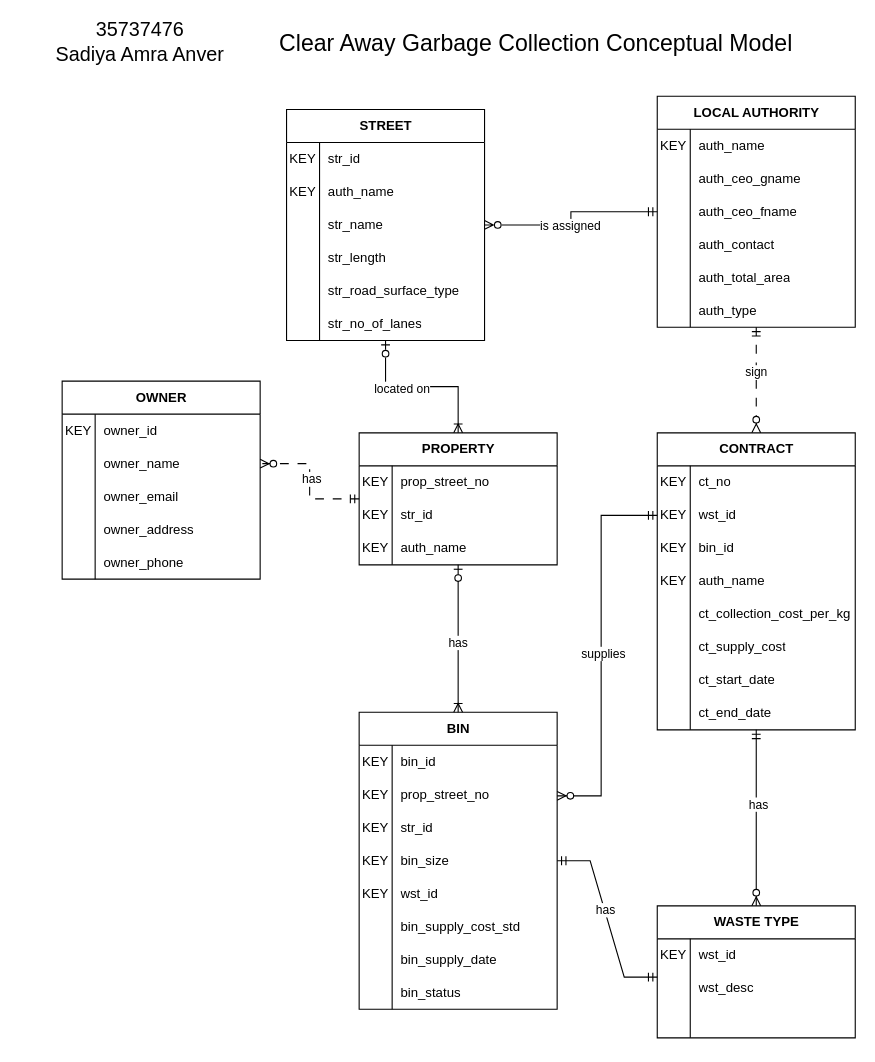
Before: page "Non-key attributes" (3 of 3) of Assignments/Ass1/ca_conceptual.drawio in aanv0002/bigrig-movers-sql-database, a draw.io diagram. Source tidied: cells renumbered, new cells numbered last; positions are measured from the earlier drawing's top-left corner, leaving out a move shared by most shapes. Both pictures are drawn from the tidied source at 110%, with x=0, y=0 at pixel (19, 25).
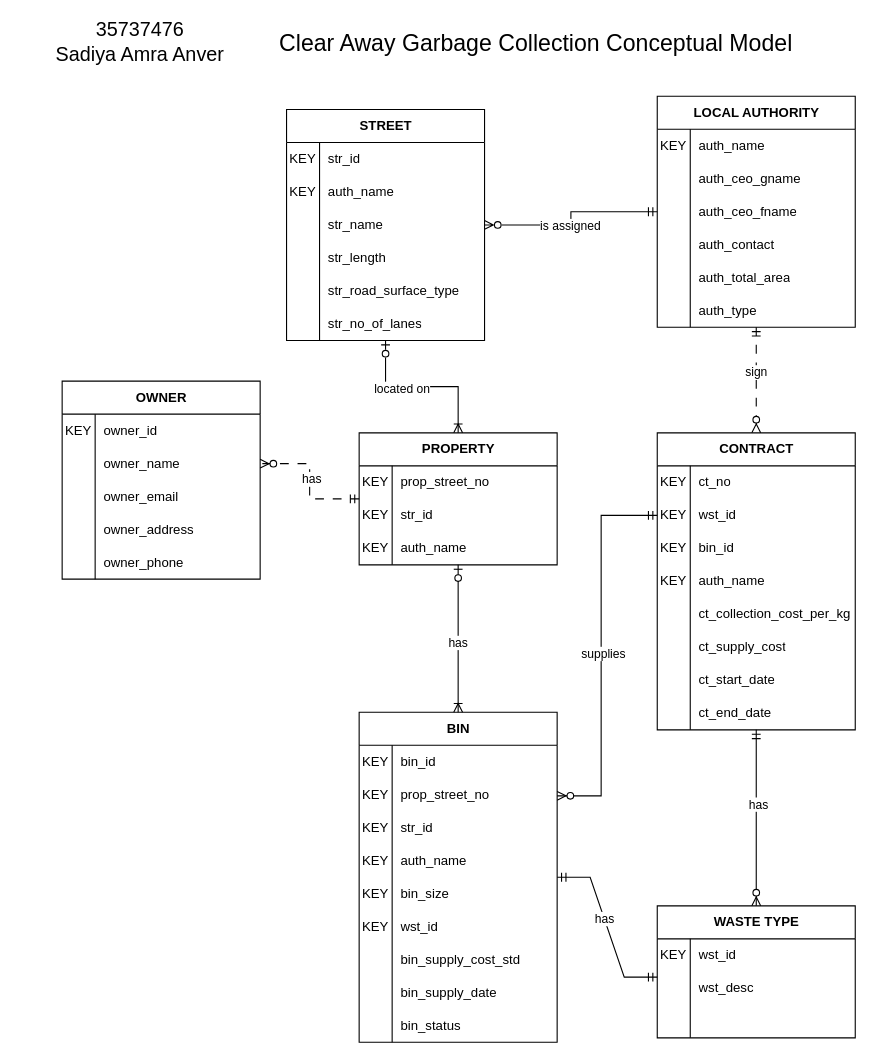
After the change.

Commit message (it also covers changes not shown here):
added auth_name to bin because auth_name is part of the unique identifiers/ primary keys  of property

The change refers to these unchanged cells:
```xml
<mxCell id="76" style="shape=tableRow;horizontal=0;startSize=0;swimlaneHead=0;swimlaneBody=0;fillColor=none;top=0;left=0;right=0;bottom=0;" parent="66" vertex="1">
  <mxGeometry y="120" width="180" height="30" as="geometry" />
</mxCell>
<mxCell id="79" style="shape=tableRow;horizontal=0;startSize=0;swimlaneHead=0;swimlaneBody=0;fillColor=none;top=0;left=0;right=0;bottom=0;" parent="66" vertex="1">
  <mxGeometry y="150" width="180" height="30" as="geometry" />
</mxCell>
```

Change to the diagram source:
```diff
@@
     <mxCell id="66" value="BIN" style="shape=table;startSize=30;childLayout=tableLayout;rowLines=0;fontStyle=1;align=center;html=1;" parent="1" vertex="1">
-      <mxGeometry x="309" y="624" width="180" height="270" as="geometry" />
+      <mxGeometry x="309" y="624" width="180" height="300" as="geometry" />
     </mxCell>
@@
-    <mxCell id="78" value="bin_size" style="shape=partialRectangle;fillColor=none;top=0;left=0;bottom=0;right=0;align=left;spacingLeft=6;overflow=hidden;whiteSpace=wrap;html=1;" parent="76" vertex="1">
+    <mxCell id="78" value="auth_name" style="shape=partialRectangle;fillColor=none;top=0;left=0;bottom=0;right=0;align=left;spacingLeft=6;overflow=hidden;whiteSpace=wrap;html=1;" parent="76" vertex="1">
       <mxGeometry x="30" width="150" height="30" as="geometry" />
     </mxCell>
@@
-    <mxCell id="80" value="KEY" style="shape=partialRectangle;fillColor=none;top=0;left=0;bottom=0;right=0;overflow=hidden;whiteSpace=wrap;html=1;" parent="79" vertex="1">
-      <mxGeometry width="30" height="30" as="geometry" />
-    </mxCell>
+    <mxCell id="144" value="KEY" style="shape=partialRectangle;fillColor=none;top=0;left=0;bottom=0;right=0;overflow=hidden;whiteSpace=wrap;html=1;" parent="79" vertex="1">
+      <mxGeometry width="30" height="30" as="geometry" />
+    </mxCell>
+    <mxCell id="145" value="bin_size" style="shape=partialRectangle;fillColor=none;top=0;left=0;bottom=0;right=0;align=left;spacingLeft=6;overflow=hidden;whiteSpace=wrap;html=1;" parent="79" vertex="1">
+      <mxGeometry x="30" width="150" height="30" as="geometry" />
+    </mxCell>
+    <mxCell id="82" style="shape=tableRow;horizontal=0;startSize=0;swimlaneHead=0;swimlaneBody=0;fillColor=none;top=0;left=0;right=0;bottom=0;" parent="66" vertex="1">
+      <mxGeometry y="180" width="180" height="30" as="geometry" />
+    </mxCell>
+    <mxCell id="146" value="KEY" style="shape=partialRectangle;fillColor=none;top=0;left=0;bottom=0;right=0;overflow=hidden;whiteSpace=wrap;html=1;" parent="82" vertex="1">
+      <mxGeometry width="30" height="30" as="geometry" />
+    </mxCell>
-    <mxCell id="81" value="wst_id" style="shape=partialRectangle;fillColor=none;top=0;left=0;bottom=0;right=0;align=left;spacingLeft=6;overflow=hidden;whiteSpace=wrap;html=1;" parent="79" vertex="1">
+    <mxCell id="81" value="wst_id" style="shape=partialRectangle;fillColor=none;top=0;left=0;bottom=0;right=0;align=left;spacingLeft=6;overflow=hidden;whiteSpace=wrap;html=1;" parent="82" vertex="1">
       <mxGeometry x="30" width="150" height="30" as="geometry" />
     </mxCell>
-    <mxCell id="82" style="shape=tableRow;horizontal=0;startSize=0;swimlaneHead=0;swimlaneBody=0;fillColor=none;top=0;left=0;right=0;bottom=0;" parent="66" vertex="1">
-      <mxGeometry y="180" width="180" height="30" as="geometry" />
-    </mxCell>
-    <mxCell id="83" style="shape=partialRectangle;fillColor=none;top=0;left=0;bottom=0;right=0;overflow=hidden;whiteSpace=wrap;html=1;" parent="82" vertex="1">
-      <mxGeometry width="30" height="30" as="geometry" />
-    </mxCell>
+    <mxCell id="85" style="shape=tableRow;horizontal=0;startSize=0;swimlaneHead=0;swimlaneBody=0;fillColor=none;top=0;left=0;right=0;bottom=0;" parent="66" vertex="1">
+      <mxGeometry y="210" width="180" height="30" as="geometry" />
+    </mxCell>
+    <mxCell id="147" style="shape=partialRectangle;fillColor=none;top=0;left=0;bottom=0;right=0;overflow=hidden;whiteSpace=wrap;html=1;" parent="85" vertex="1">
+      <mxGeometry width="30" height="30" as="geometry" />
+    </mxCell>
-    <mxCell id="84" value="bin_supply_cost_std" style="shape=partialRectangle;fillColor=none;top=0;left=0;bottom=0;right=0;align=left;spacingLeft=6;overflow=hidden;whiteSpace=wrap;html=1;" parent="82" vertex="1">
+    <mxCell id="84" value="bin_supply_cost_std" style="shape=partialRectangle;fillColor=none;top=0;left=0;bottom=0;right=0;align=left;spacingLeft=6;overflow=hidden;whiteSpace=wrap;html=1;" parent="85" vertex="1">
       <mxGeometry x="30" width="150" height="30" as="geometry" />
     </mxCell>
-    <mxCell id="85" style="shape=tableRow;horizontal=0;startSize=0;swimlaneHead=0;swimlaneBody=0;fillColor=none;top=0;left=0;right=0;bottom=0;" parent="66" vertex="1">
-      <mxGeometry y="210" width="180" height="30" as="geometry" />
-    </mxCell>
-    <mxCell id="86" style="shape=partialRectangle;fillColor=none;top=0;left=0;bottom=0;right=0;overflow=hidden;whiteSpace=wrap;html=1;" parent="85" vertex="1">
-      <mxGeometry width="30" height="30" as="geometry" />
-    </mxCell>
+    <mxCell id="88" style="shape=tableRow;horizontal=0;startSize=0;swimlaneHead=0;swimlaneBody=0;fillColor=none;top=0;left=0;right=0;bottom=0;" parent="66" vertex="1">
+      <mxGeometry y="240" width="180" height="30" as="geometry" />
+    </mxCell>
+    <mxCell id="148" style="shape=partialRectangle;fillColor=none;top=0;left=0;bottom=0;right=0;overflow=hidden;whiteSpace=wrap;html=1;" parent="88" vertex="1">
+      <mxGeometry width="30" height="30" as="geometry" />
+    </mxCell>
-    <mxCell id="87" value="bin_supply_date" style="shape=partialRectangle;fillColor=none;top=0;left=0;bottom=0;right=0;align=left;spacingLeft=6;overflow=hidden;whiteSpace=wrap;html=1;" parent="85" vertex="1">
+    <mxCell id="87" value="bin_supply_date" style="shape=partialRectangle;fillColor=none;top=0;left=0;bottom=0;right=0;align=left;spacingLeft=6;overflow=hidden;whiteSpace=wrap;html=1;" parent="88" vertex="1">
       <mxGeometry x="30" width="150" height="30" as="geometry" />
     </mxCell>
-    <mxCell id="88" style="shape=tableRow;horizontal=0;startSize=0;swimlaneHead=0;swimlaneBody=0;fillColor=none;top=0;left=0;right=0;bottom=0;" parent="66" vertex="1">
-      <mxGeometry y="240" width="180" height="30" as="geometry" />
-    </mxCell>
-    <mxCell id="89" style="shape=partialRectangle;fillColor=none;top=0;left=0;bottom=0;right=0;overflow=hidden;whiteSpace=wrap;html=1;" parent="88" vertex="1">
-      <mxGeometry width="30" height="30" as="geometry" />
-    </mxCell>
+    <mxCell id="149" style="shape=tableRow;horizontal=0;startSize=0;swimlaneHead=0;swimlaneBody=0;fillColor=none;top=0;left=0;right=0;bottom=0;" parent="66" vertex="1">
+      <mxGeometry y="270" width="180" height="30" as="geometry" />
+    </mxCell>
+    <mxCell id="150" style="shape=partialRectangle;fillColor=none;top=0;left=0;bottom=0;right=0;overflow=hidden;whiteSpace=wrap;html=1;" parent="149" vertex="1">
+      <mxGeometry width="30" height="30" as="geometry" />
+    </mxCell>
-    <mxCell id="90" value="bin_status" style="shape=partialRectangle;fillColor=none;top=0;left=0;bottom=0;right=0;align=left;spacingLeft=6;overflow=hidden;whiteSpace=wrap;html=1;" parent="88" vertex="1">
+    <mxCell id="90" value="bin_status" style="shape=partialRectangle;fillColor=none;top=0;left=0;bottom=0;right=0;align=left;spacingLeft=6;overflow=hidden;whiteSpace=wrap;html=1;" parent="149" vertex="1">
       <mxGeometry x="30" width="150" height="30" as="geometry" />
     </mxCell>
```
